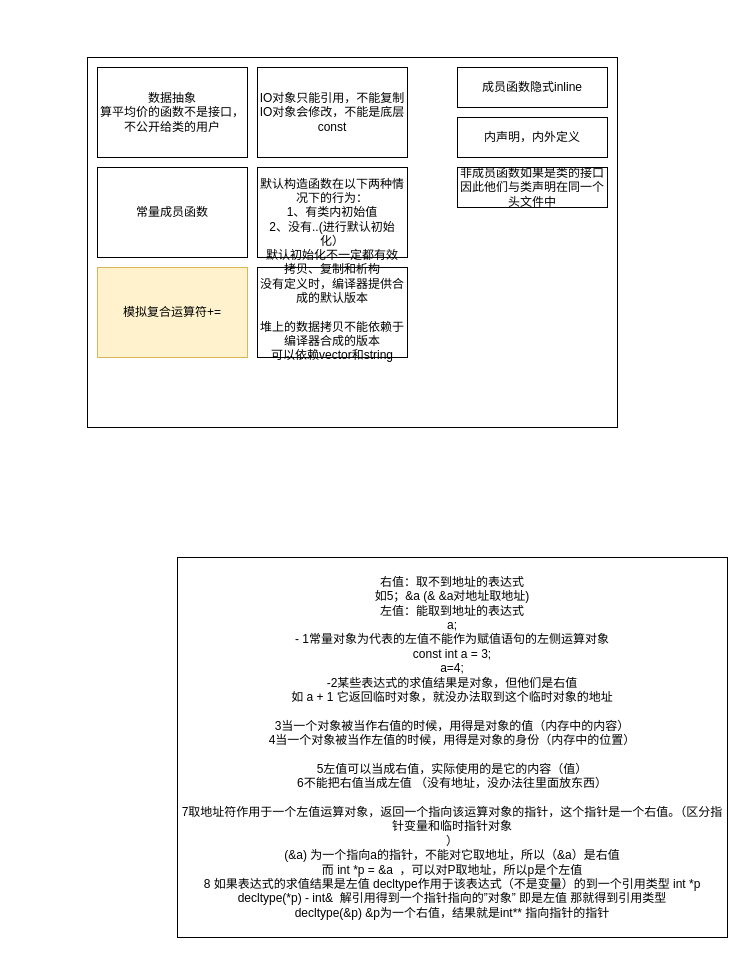
The draw.io diagram Untitled Diagram.drawio in YannieCheung/botgrams, before the edit. Source tidied: cells renumbered, new cells numbered last; positions are measured from the earlier drawing's top-left corner, leaving out a move shared by most shapes. Both pictures are drawn from the tidied source at 100%, with x=0, y=0 at pixel (87, 57).
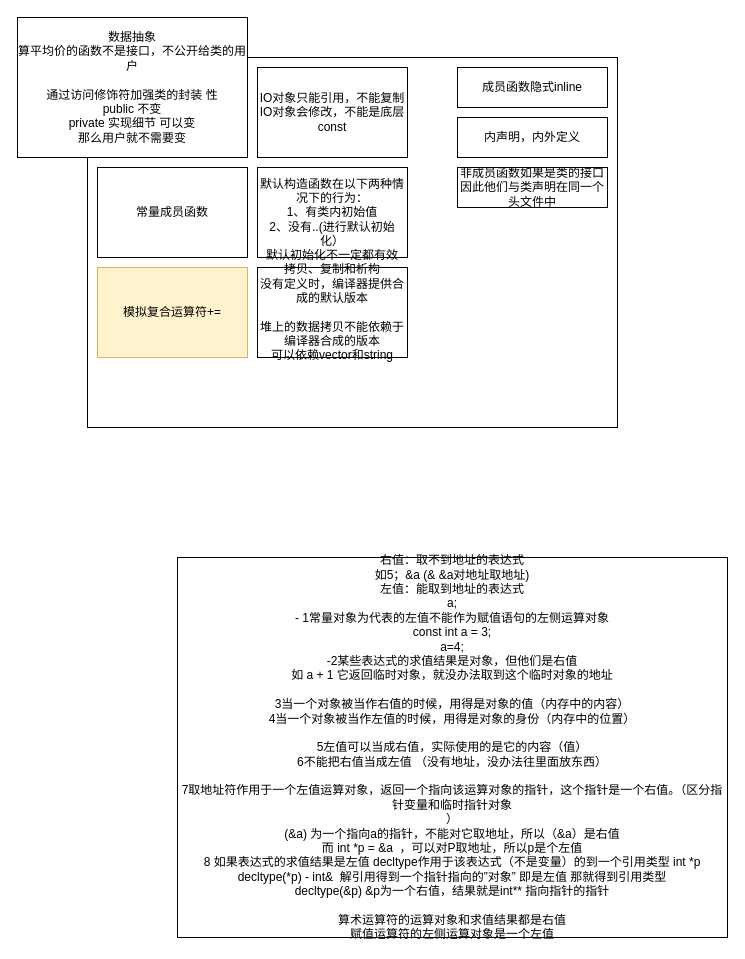
Above is the later version.

Change to the diagram source:
```diff
@@
 <mxGraphModel>
   <root>
     <mxCell id="0" />
     <mxCell id="1" parent="0" />
     <mxCell id="2" style="rounded=0;whiteSpace=wrap;html=1;" parent="1" vertex="1">
       <mxGeometry width="530" height="370" as="geometry" />
     </mxCell>
-    <mxCell id="3" value="数据抽象&lt;br&gt;算平均价的函数不是接口，不公开给类的用户" style="rounded=0;whiteSpace=wrap;html=1;" parent="1" vertex="1">
-      <mxGeometry x="10" y="10" width="150" height="90" as="geometry" />
+    <mxCell id="3" value="数据抽象&lt;br&gt;算平均价的函数不是接口，不公开给类的用户&lt;br&gt;&lt;br&gt;通过访问修饰符加强类的封装 性&lt;br&gt;public 不变&lt;br&gt;private 实现细节 可以变&lt;br&gt;那么用户就不需要变" style="rounded=0;whiteSpace=wrap;html=1;" parent="1" vertex="1">
+      <mxGeometry x="-70" y="-40" width="230" height="140" as="geometry" />
     </mxCell>
     <mxCell id="4" value="常量成员函数" style="rounded=0;whiteSpace=wrap;html=1;" parent="1" vertex="1">
       <mxGeometry x="10" y="110" width="150" height="90" as="geometry" />
     </mxCell>
     <mxCell id="5" value="成员函数隐式inline" style="rounded=0;whiteSpace=wrap;html=1;" parent="1" vertex="1">
       <mxGeometry x="370" y="10" width="150" height="40" as="geometry" />
     </mxCell>
     <mxCell id="6" value="内声明，内外定义" style="rounded=0;whiteSpace=wrap;html=1;" parent="1" vertex="1">
       <mxGeometry x="370" y="60" width="150" height="40" as="geometry" />
     </mxCell>
     <mxCell id="7" value="模拟复合运算符+=" style="rounded=0;whiteSpace=wrap;html=1;fillColor=#fff2cc;strokeColor=#d6b656;" parent="1" vertex="1">
       <mxGeometry x="10" y="210" width="150" height="90" as="geometry" />
     </mxCell>
     <mxCell id="8" value="非成员函数如果是类的接口&lt;br&gt;因此他们与类声明在同一个头文件中" style="rounded=0;whiteSpace=wrap;html=1;" parent="1" vertex="1">
       <mxGeometry x="370" y="110" width="150" height="40" as="geometry" />
     </mxCell>
     <mxCell id="9" value="IO对象只能引用，不能复制&lt;br&gt;IO对象会修改，不能是底层const" style="rounded=0;whiteSpace=wrap;html=1;" parent="1" vertex="1">
       <mxGeometry x="170" y="10" width="150" height="90" as="geometry" />
     </mxCell>
     <mxCell id="10" value="&lt;br&gt;默认构造函数在以下两种情况下的行为：&lt;br&gt;1、有类内初始值&lt;br&gt;2、没有..(进行默认初始化）&lt;br&gt;默认初始化不一定都有效" style="rounded=0;whiteSpace=wrap;html=1;" parent="1" vertex="1">
       <mxGeometry x="170" y="110" width="150" height="90" as="geometry" />
     </mxCell>
     <mxCell id="11" value="拷贝、复制和析构&lt;br&gt;没有定义时，编译器提供合成的默认版本&lt;br&gt;&lt;br&gt;堆上的数据拷贝不能依赖于编译器合成的版本&lt;br&gt;可以依赖vector和string" style="rounded=0;whiteSpace=wrap;html=1;" parent="1" vertex="1">
       <mxGeometry x="170" y="210" width="150" height="90" as="geometry" />
     </mxCell>
-    <mxCell id="12" value="右值：取不到地址的表达式&lt;br&gt;如5；&amp;amp;a (&amp;amp; &amp;amp;a对地址取地址)&lt;br&gt;左值：能取到地址的表达式&lt;br&gt;a;&lt;br&gt;- 1常量对象为代表的左值不能作为赋值语句的左侧运算对象&lt;br&gt;const int a = 3;&lt;br&gt;a=4;&lt;br&gt;-2某些表达式的求值结果是对象，但他们是右值&lt;br&gt;如 a + 1 它返回临时对象，就没办法取到这个临时对象的地址&lt;br&gt;&lt;br&gt;3当一个对象被当作右值的时候，用得是对象的值（内存中的内容）&lt;br&gt;4当一个对象被当作左值的时候，用得是对象的身份（内存中的位置）&lt;br&gt;&lt;br&gt;5左值可以当成右值，实际使用的是它的内容（值）&lt;br&gt;6不能把右值当成左值 （没有地址，没办法往里面放东西）&lt;br&gt;&lt;br&gt;7取地址符作用于一个左值运算对象，返回一个指向该运算对象的指针，这个指针是一个右值。（区分指针变量和临时指针对象&lt;br&gt;）&lt;br&gt;(&amp;amp;a) 为一个指向a的指针，不能对它取地址，所以（&amp;amp;a）是右值&lt;br&gt;而 int *p = &amp;amp;a&amp;nbsp; ，可以对P取地址，所以p是个左值&lt;br&gt;8 如果表达式的求值结果是左值 decltype作用于该表达式（不是变量）的到一个引用类型 int *p&lt;br&gt;decltype(*p) - int&amp;amp;&amp;nbsp; 解引用得到一个指针指向的”对象” 即是左值 那就得到引用类型&lt;br&gt;decltype(&amp;amp;p) &amp;amp;p为一个右值，结果就是int** 指向指针的指针" style="rounded=0;whiteSpace=wrap;html=1;" parent="1" vertex="1">
+    <mxCell id="12" value="右值：取不到地址的表达式&lt;br&gt;如5；&amp;amp;a (&amp;amp; &amp;amp;a对地址取地址)&lt;br&gt;左值：能取到地址的表达式&lt;br&gt;a;&lt;br&gt;- 1常量对象为代表的左值不能作为赋值语句的左侧运算对象&lt;br&gt;const int a = 3;&lt;br&gt;a=4;&lt;br&gt;-2某些表达式的求值结果是对象，但他们是右值&lt;br&gt;如 a + 1 它返回临时对象，就没办法取到这个临时对象的地址&lt;br&gt;&lt;br&gt;3当一个对象被当作右值的时候，用得是对象的值（内存中的内容）&lt;br&gt;4当一个对象被当作左值的时候，用得是对象的身份（内存中的位置）&lt;br&gt;&lt;br&gt;5左值可以当成右值，实际使用的是它的内容（值）&lt;br&gt;6不能把右值当成左值 （没有地址，没办法往里面放东西）&lt;br&gt;&lt;br&gt;7取地址符作用于一个左值运算对象，返回一个指向该运算对象的指针，这个指针是一个右值。（区分指针变量和临时指针对象&lt;br&gt;）&lt;br&gt;(&amp;amp;a) 为一个指向a的指针，不能对它取地址，所以（&amp;amp;a）是右值&lt;br&gt;而 int *p = &amp;amp;a&amp;nbsp; ，可以对P取地址，所以p是个左值&lt;br&gt;8 如果表达式的求值结果是左值 decltype作用于该表达式（不是变量）的到一个引用类型 int *p&lt;br&gt;decltype(*p) - int&amp;amp;&amp;nbsp; 解引用得到一个指针指向的”对象” 即是左值 那就得到引用类型&lt;br&gt;decltype(&amp;amp;p) &amp;amp;p为一个右值，结果就是int** 指向指针的指针&lt;br&gt;&lt;br&gt;算术运算符的运算对象和求值结果都是右值&lt;br&gt;赋值运算符的左侧运算对象是一个左值" style="rounded=0;whiteSpace=wrap;html=1;" parent="1" vertex="1">
       <mxGeometry x="90" y="500" width="550" height="380" as="geometry" />
     </mxCell>
   </root>
 </mxGraphModel>
```
